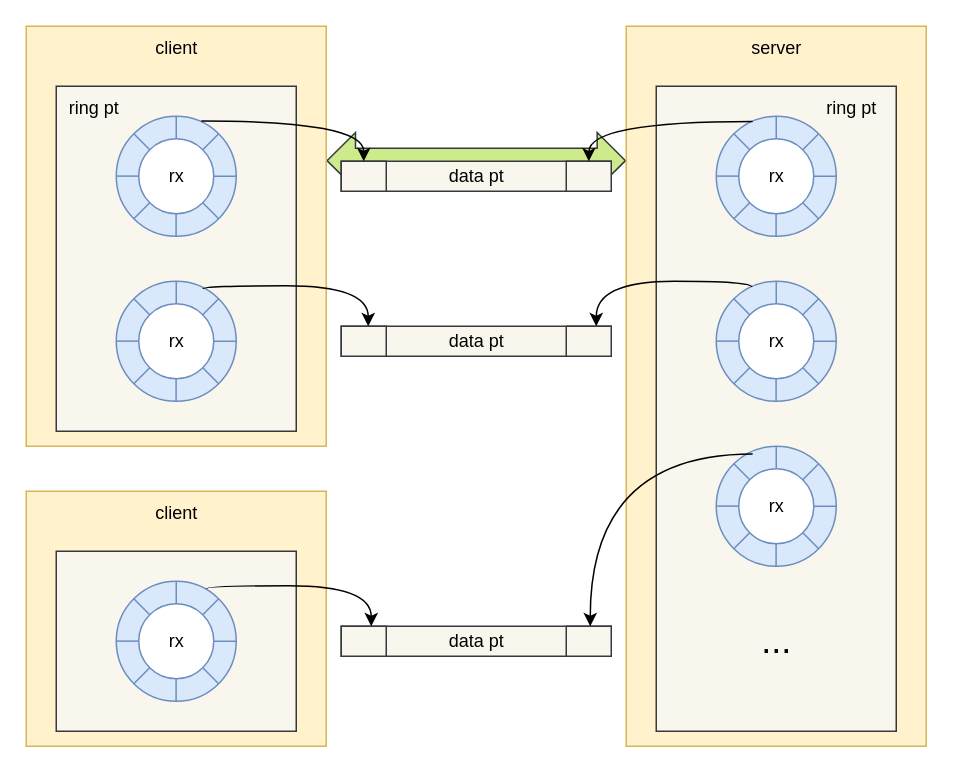
The draw.io diagram 未命名绘图.drawio in fireflywill/drawio, before the edit. Source tidied: cells renumbered, new cells numbered last; positions are measured from the earlier drawing's top-left corner, leaving out a move shared by most shapes. Both pictures are drawn from the tidied source at 150%, with x=0, y=0 at pixel (26, 26).
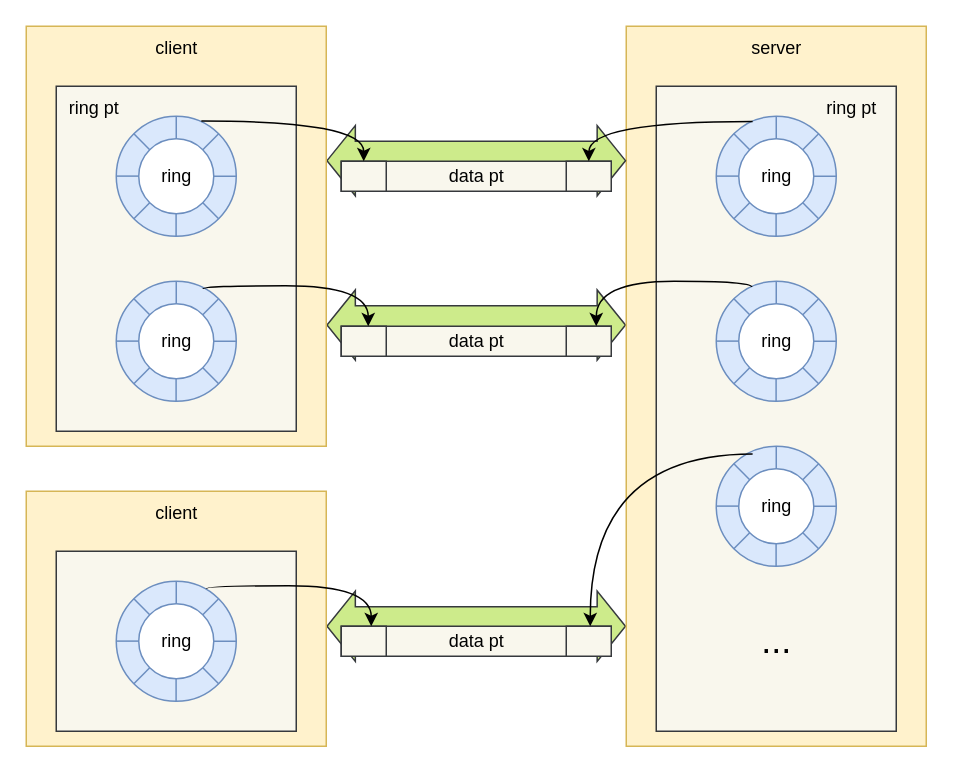
Above is the later version.

Commit message:
更新未命名绘图.drawio

The change refers to these unchanged cells:
```xml
<mxCell id="5" style="group;" parent="1" vertex="1">
  <mxGeometry x="60" y="60" width="80" height="80" as="geometry" />
</mxCell>
<mxCell id="18" style="group;" parent="1" vertex="1">
  <mxGeometry x="60" y="170" width="80" height="80" as="geometry" />
</mxCell>
<mxCell id="34" style="group;" parent="1" vertex="1">
  <mxGeometry x="460" y="60" width="80" height="80" as="geometry" />
</mxCell>
<mxCell id="47" style="group;" parent="1" vertex="1">
  <mxGeometry x="460" y="170" width="80" height="80" as="geometry" />
</mxCell>
<mxCell id="63" style="group;" parent="1" vertex="1">
  <mxGeometry x="60" y="370" width="80" height="80" as="geometry" />
</mxCell>
<mxCell id="77" style="group;" parent="1" vertex="1">
  <mxGeometry x="460" y="280" width="80" height="80" as="geometry" />
</mxCell>
```

Change to the diagram source:
```diff
@@
+    <mxCell id="111" style="shape=flexArrow;endArrow=classic;startArrow=classic;html=1;rounded=0;width=25.833333333333336;endSize=5.964444444444444;fillColor=#cdeb8b;strokeColor=#36393d;startSize=5.964444444444444;" parent="1" edge="1">
+      <mxGeometry relative="1" as="geometry">
+        <mxPoint x="200" y="400" as="sourcePoint" />
+        <mxPoint x="400" y="400" as="targetPoint" />
+      </mxGeometry>
+    </mxCell>
+    <mxCell id="112" style="shape=flexArrow;endArrow=classic;startArrow=classic;html=1;rounded=0;width=25.833333333333336;endSize=5.964444444444444;fillColor=#cdeb8b;strokeColor=#36393d;startSize=5.964444444444444;" parent="1" edge="1">
+      <mxGeometry relative="1" as="geometry">
+        <mxPoint x="200" y="199.2" as="sourcePoint" />
+        <mxPoint x="400" y="199.2" as="targetPoint" />
+      </mxGeometry>
+    </mxCell>
+    <mxCell id="32" style="rounded=0;whiteSpace=wrap;html=1;fillColor=#fff2cc;strokeColor=#d6b656;" parent="1" vertex="1">
+      <mxGeometry x="400" width="200" height="480" as="geometry" />
+    </mxCell>
+    <mxCell id="33" style="rounded=0;whiteSpace=wrap;html=1;fillColor=#f9f7ed;strokeColor=#36393d;" parent="1" vertex="1">
+      <mxGeometry x="420" y="40" width="160" height="430" as="geometry" />
+    </mxCell>
-    <mxCell id="2" style="shape=flexArrow;endArrow=classic;startArrow=classic;html=1;rounded=0;width=16.444444444444443;endSize=5.964444444444444;fillColor=#cdeb8b;strokeColor=#36393d;" parent="1" edge="1">
+    <mxCell id="2" style="shape=flexArrow;endArrow=classic;startArrow=classic;html=1;rounded=0;width=25.833333333333336;endSize=5.964444444444444;fillColor=#cdeb8b;strokeColor=#36393d;startSize=5.964444444444444;" parent="1" edge="1">
       <mxGeometry relative="1" as="geometry">
         <mxPoint x="200" y="89.6" as="sourcePoint" />
         <mxPoint x="400" y="89.6" as="targetPoint" />
       </mxGeometry>
     </mxCell>
@@
-    <mxCell id="17" value="rx" style="text;html=1;align=center;verticalAlign=middle;strokeColor=none;fillColor=none;" parent="5" vertex="1">
-      <mxGeometry x="25" y="25" width="30" height="30" as="geometry" />
+    <mxCell id="17" value="ring" style="text;html=1;align=center;verticalAlign=middle;strokeColor=none;fillColor=none;" parent="5" vertex="1">
+      <mxGeometry x="20" y="25" width="40" height="30" as="geometry" />
     </mxCell>
@@
-    <mxCell id="30" value="rx" style="text;html=1;align=center;verticalAlign=middle;strokeColor=none;fillColor=none;" parent="18" vertex="1">
-      <mxGeometry x="25" y="25" width="30" height="30" as="geometry" />
+    <mxCell id="30" value="ring" style="text;html=1;align=center;verticalAlign=middle;strokeColor=none;fillColor=none;" parent="18" vertex="1">
+      <mxGeometry x="20" y="25" width="40" height="30" as="geometry" />
     </mxCell>
@@
-    <mxCell id="32" style="rounded=0;whiteSpace=wrap;html=1;fillColor=#fff2cc;strokeColor=#d6b656;" parent="1" vertex="1">
-      <mxGeometry x="400" width="200" height="480" as="geometry" />
-    </mxCell>
-    <mxCell id="33" style="rounded=0;whiteSpace=wrap;html=1;fillColor=#f9f7ed;strokeColor=#36393d;" parent="1" vertex="1">
-      <mxGeometry x="420" y="40" width="160" height="430" as="geometry" />
-    </mxCell>
@@
-    <mxCell id="46" value="rx" style="text;html=1;align=center;verticalAlign=middle;strokeColor=none;fillColor=none;" parent="34" vertex="1">
-      <mxGeometry x="25" y="25" width="30" height="30" as="geometry" />
+    <mxCell id="46" value="ring" style="text;html=1;align=center;verticalAlign=middle;strokeColor=none;fillColor=none;" parent="34" vertex="1">
+      <mxGeometry x="20" y="25" width="40" height="30" as="geometry" />
     </mxCell>
@@
-    <mxCell id="59" value="rx" style="text;html=1;align=center;verticalAlign=middle;strokeColor=none;fillColor=none;" parent="47" vertex="1">
-      <mxGeometry x="25" y="25" width="30" height="30" as="geometry" />
+    <mxCell id="59" value="ring" style="text;html=1;align=center;verticalAlign=middle;strokeColor=none;fillColor=none;" parent="47" vertex="1">
+      <mxGeometry x="20" y="25" width="40" height="30" as="geometry" />
     </mxCell>
@@
-    <mxCell id="75" value="rx" style="text;html=1;align=center;verticalAlign=middle;strokeColor=none;fillColor=none;" parent="63" vertex="1">
-      <mxGeometry x="25" y="25" width="30" height="30" as="geometry" />
+    <mxCell id="75" value="ring" style="text;html=1;align=center;verticalAlign=middle;strokeColor=none;fillColor=none;" parent="63" vertex="1">
+      <mxGeometry x="20" y="25" width="40" height="30" as="geometry" />
     </mxCell>
@@
-    <mxCell id="89" value="rx" style="text;html=1;align=center;verticalAlign=middle;strokeColor=none;fillColor=none;" parent="77" vertex="1">
-      <mxGeometry x="25" y="25" width="30" height="30" as="geometry" />
+    <mxCell id="89" value="ring" style="text;html=1;align=center;verticalAlign=middle;strokeColor=none;fillColor=none;" parent="77" vertex="1">
+      <mxGeometry x="20" y="25" width="40" height="30" as="geometry" />
     </mxCell>
```
